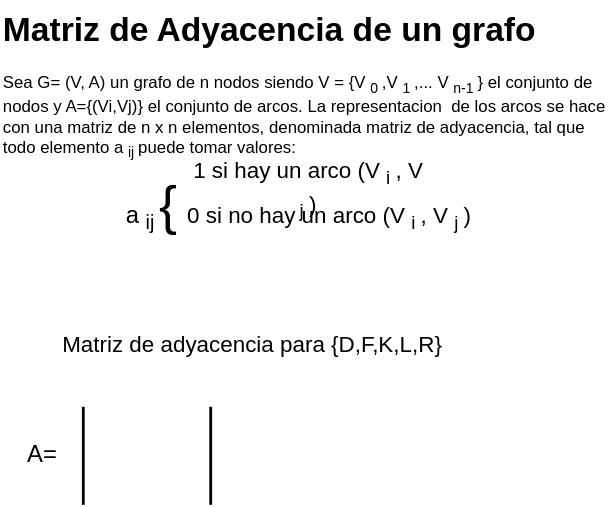
The draw.io diagram Estructura-de-datos/Grafos/Matriz-Adyacencia.drawio.svg in Nordcode-cyber/Algoritmos-Estructdatos, before a commit. Source tidied: cells renumbered, new cells last; positions are measured from the earlier drawing's top-left corner, leaving out a move shared by most shapes. Its diagram source:
```xml
<mxGraphModel>
  <root>
    <mxCell id="0" />
    <mxCell id="1" parent="0" />
    <mxCell id="2" value="&lt;h1 style=&quot;margin-top: 0px;&quot;&gt;&lt;font style=&quot;color: light-dark(rgb(0, 0, 0), rgb(0, 255, 128));&quot;&gt;Matriz de Adyacencia de un grafo&lt;/font&gt;&lt;/h1&gt;&lt;p&gt;&lt;font style=&quot;color: light-dark(rgb(0, 0, 0), rgb(0, 255, 128));&quot;&gt;Sea G= (V, A) un grafo de n nodos siendo V = {V&lt;sub&gt;0&lt;/sub&gt;,V&lt;sub&gt;1&lt;/sub&gt;,... V&lt;sub&gt;n-1&lt;/sub&gt;} el conjunto de nodos y A={(Vi,Vj)} el conjunto de arcos. La representacion&amp;nbsp; de los arcos se hace con una matriz de n x n elementos, denominada matriz de adyacencia, tal que todo elemento a&lt;sub style=&quot;&quot;&gt;ij&lt;/sub&gt; puede tomar valores:&lt;/font&gt;&lt;/p&gt;" style="text;html=1;whiteSpace=wrap;overflow=hidden;rounded=0;" parent="1" vertex="1">
      <mxGeometry width="440" height="120" as="geometry" />
    </mxCell>
    <mxCell id="3" value="&lt;font style=&quot;font-size: 17px; color: light-dark(rgb(0, 0, 0), rgb(255, 0, 0));&quot;&gt;&lt;font style=&quot;&quot;&gt;a&lt;/font&gt;&lt;font style=&quot;&quot;&gt;&lt;sub style=&quot;&quot;&gt;ij&lt;/sub&gt;&lt;/font&gt;&lt;/font&gt;" style="text;html=1;align=center;verticalAlign=middle;whiteSpace=wrap;rounded=0;" parent="1" vertex="1">
      <mxGeometry x="70" y="140" width="60" height="30" as="geometry" />
    </mxCell>
    <mxCell id="4" value="&lt;font style=&quot;font-size: 46px;&quot;&gt;&lt;sup&gt;{&lt;/sup&gt;&lt;/font&gt;" style="text;html=1;align=center;verticalAlign=middle;whiteSpace=wrap;rounded=0;" parent="1" vertex="1">
      <mxGeometry x="90" y="140" width="60" height="30" as="geometry" />
    </mxCell>
    <mxCell id="5" value="&lt;font style=&quot;font-size: 16px; color: light-dark(rgb(0, 0, 0), rgb(255, 0, 0));&quot;&gt;1 si hay un arco (V&lt;sub&gt;i&lt;/sub&gt;, V&lt;font style=&quot;&quot;&gt;&lt;sub&gt;j&lt;/sub&gt;&lt;/font&gt;)&lt;/font&gt;" style="text;html=1;align=center;verticalAlign=middle;whiteSpace=wrap;rounded=0;" parent="1" vertex="1">
      <mxGeometry x="135" y="120" width="170" height="30" as="geometry" />
    </mxCell>
    <mxCell id="6" value="&lt;font style=&quot;font-size: 16px; color: light-dark(rgb(0, 0, 0), rgb(255, 0, 0));&quot;&gt;0 si no hay un arco (V&lt;sub&gt;i&lt;/sub&gt;, V&lt;font style=&quot;&quot;&gt;&lt;sub&gt;j&lt;/sub&gt;&lt;/font&gt;)&lt;/font&gt;" style="text;html=1;align=center;verticalAlign=middle;whiteSpace=wrap;rounded=0;" parent="1" vertex="1">
      <mxGeometry x="130" y="140" width="210" height="30" as="geometry" />
    </mxCell>
    <mxCell id="7" value="&lt;font style=&quot;font-size: 17px;&quot;&gt;A=&lt;/font&gt;" style="text;html=1;align=center;verticalAlign=middle;whiteSpace=wrap;rounded=0;" parent="1" vertex="1">
      <mxGeometry y="310" width="60" height="30" as="geometry" />
    </mxCell>
    <mxCell id="8" style="endArrow=none;html=1;strokeWidth=2;" parent="1" edge="1">
      <mxGeometry relative="1" as="geometry">
        <mxPoint x="59" y="360" as="sourcePoint" />
        <mxPoint x="59" y="290" as="targetPoint" />
      </mxGeometry>
    </mxCell>
    <mxCell id="9" value="&lt;font style=&quot;font-size: 16px; color: light-dark(rgb(0, 0, 0), rgb(0, 255, 128));&quot;&gt;Matriz de adyacencia para {D,F,K,L,R}&amp;nbsp;&lt;/font&gt;" style="text;html=1;align=center;verticalAlign=middle;whiteSpace=wrap;rounded=0;" parent="1" vertex="1">
      <mxGeometry x="40" y="220" width="280" height="50" as="geometry" />
    </mxCell>
    <mxCell id="10" style="endArrow=none;html=1;strokeWidth=2;" parent="1" edge="1">
      <mxGeometry relative="1" as="geometry">
        <mxPoint x="150" y="360" as="sourcePoint" />
        <mxPoint x="150" y="290" as="targetPoint" />
      </mxGeometry>
    </mxCell>
  </root>
</mxGraphModel>
```
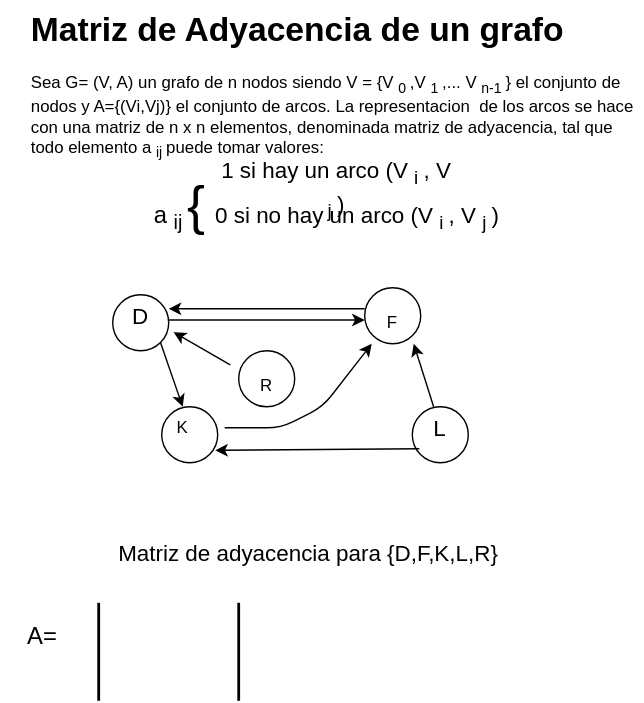
The same diagram one commit later.

What changed in the source:
```diff
@@ -18,22 +18,81 @@
       <mxGeometry x="130" y="140" width="210" height="30" as="geometry" />
     </mxCell>
     <mxCell id="7" value="&lt;font style=&quot;font-size: 17px;&quot;&gt;A=&lt;/font&gt;" style="text;html=1;align=center;verticalAlign=middle;whiteSpace=wrap;rounded=0;" parent="1" vertex="1">
-      <mxGeometry y="310" width="60" height="30" as="geometry" />
+      <mxGeometry x="-20" y="440" width="60" height="30" as="geometry" />
     </mxCell>
     <mxCell id="8" style="endArrow=none;html=1;strokeWidth=2;" parent="1" edge="1">
       <mxGeometry relative="1" as="geometry">
-        <mxPoint x="59" y="360" as="sourcePoint" />
-        <mxPoint x="59" y="290" as="targetPoint" />
+        <mxPoint x="50" y="500" as="sourcePoint" />
+        <mxPoint x="50" y="430" as="targetPoint" />
       </mxGeometry>
     </mxCell>
     <mxCell id="9" value="&lt;font style=&quot;font-size: 16px; color: light-dark(rgb(0, 0, 0), rgb(0, 255, 128));&quot;&gt;Matriz de adyacencia para {D,F,K,L,R}&amp;nbsp;&lt;/font&gt;" style="text;html=1;align=center;verticalAlign=middle;whiteSpace=wrap;rounded=0;" parent="1" vertex="1">
-      <mxGeometry x="40" y="220" width="280" height="50" as="geometry" />
+      <mxGeometry x="60" y="370" width="280" height="50" as="geometry" />
     </mxCell>
     <mxCell id="10" style="endArrow=none;html=1;strokeWidth=2;" parent="1" edge="1">
       <mxGeometry relative="1" as="geometry">
-        <mxPoint x="150" y="360" as="sourcePoint" />
-        <mxPoint x="150" y="290" as="targetPoint" />
+        <mxPoint x="150" y="500" as="sourcePoint" />
+        <mxPoint x="150" y="430" as="targetPoint" />
       </mxGeometry>
     </mxCell>
+    <mxCell id="11" style="ellipse;whiteSpace=wrap;html=1;fillColor=none;" parent="1" vertex="1">
+      <mxGeometry x="60" y="210" width="40" height="40" as="geometry" />
+    </mxCell>
+    <mxCell id="12" style="ellipse;whiteSpace=wrap;html=1;fillColor=none;" parent="1" vertex="1">
+      <mxGeometry x="95" y="290" width="40" height="40" as="geometry" />
+    </mxCell>
+    <mxCell id="13" style="ellipse;whiteSpace=wrap;html=1;fillColor=none;" parent="1" vertex="1">
+      <mxGeometry x="240" y="205" width="40" height="40" as="geometry" />
+    </mxCell>
+    <mxCell id="14" style="ellipse;whiteSpace=wrap;html=1;fillColor=none;" parent="1" vertex="1">
+      <mxGeometry x="274" y="290" width="40" height="40" as="geometry" />
+    </mxCell>
+    <mxCell id="15" style="ellipse;whiteSpace=wrap;html=1;fillColor=none;" parent="1" vertex="1">
+      <mxGeometry x="150" y="250" width="40" height="40" as="geometry" />
+    </mxCell>
+    <mxCell id="16" style="edgeStyle=none;html=1;entryX=0.5;entryY=0;entryDx=0;entryDy=0;exitX=1;exitY=1;exitDx=0;exitDy=0;" parent="1" edge="1" source="11" target="19">
+      <mxGeometry relative="1" as="geometry" />
+    </mxCell>
+    <mxCell id="17" value="&lt;font style=&quot;font-size: 16px; color: light-dark(rgb(0, 0, 0), rgb(255, 51, 51));&quot;&gt;D&lt;/font&gt;" style="text;html=1;align=center;verticalAlign=middle;whiteSpace=wrap;rounded=0;" parent="1" vertex="1">
+      <mxGeometry x="50" y="210" width="60" height="30" as="geometry" />
+    </mxCell>
+    <mxCell id="18" style="edgeStyle=none;html=1;entryX=0.25;entryY=1;entryDx=0;entryDy=0;" parent="1" edge="1" source="19" target="22">
+      <mxGeometry relative="1" as="geometry">
+        <Array as="points">
+          <mxPoint x="180" y="305" />
+          <mxPoint x="210" y="290" />
+        </Array>
+      </mxGeometry>
+    </mxCell>
+    <mxCell id="19" value="&lt;font style=&quot;color: light-dark(rgb(0, 0, 0), rgb(255, 51, 51));&quot;&gt;K&lt;/font&gt;" style="text;html=1;align=center;verticalAlign=middle;whiteSpace=wrap;rounded=0;" parent="1" vertex="1">
+      <mxGeometry x="80" y="290" width="60" height="30" as="geometry" />
+    </mxCell>
+    <mxCell id="20" value="&lt;font style=&quot;color: light-dark(rgb(0, 0, 0), rgb(255, 51, 51));&quot;&gt;R&lt;/font&gt;" style="text;html=1;align=center;verticalAlign=middle;whiteSpace=wrap;rounded=0;" parent="1" vertex="1">
+      <mxGeometry x="140" y="260" width="60" height="30" as="geometry" />
+    </mxCell>
+    <mxCell id="21" style="edgeStyle=none;html=1;entryX=0.833;entryY=0.333;entryDx=0;entryDy=0;entryPerimeter=0;exitX=0;exitY=0.375;exitDx=0;exitDy=0;exitPerimeter=0;" parent="1" edge="1" source="13" target="17">
+      <mxGeometry relative="1" as="geometry" />
+    </mxCell>
+    <mxCell id="22" value="&lt;font style=&quot;color: light-dark(rgb(0, 0, 0), rgb(255, 51, 51));&quot;&gt;F&lt;/font&gt;" style="text;html=1;align=center;verticalAlign=middle;whiteSpace=wrap;rounded=0;" parent="1" vertex="1">
+      <mxGeometry x="230" y="215" width="60" height="30" as="geometry" />
+    </mxCell>
+    <mxCell id="23" style="edgeStyle=none;html=1;entryX=0.75;entryY=1;entryDx=0;entryDy=0;" parent="1" edge="1" source="25" target="22">
+      <mxGeometry relative="1" as="geometry" />
+    </mxCell>
+    <mxCell id="24" style="edgeStyle=none;html=1;entryX=0.887;entryY=1.037;entryDx=0;entryDy=0;exitX=0.25;exitY=1;exitDx=0;exitDy=0;entryPerimeter=0;" parent="1" edge="1" source="25" target="19">
+      <mxGeometry relative="1" as="geometry" />
+    </mxCell>
+    <mxCell id="25" value="&lt;font style=&quot;font-size: 16px; color: light-dark(rgb(0, 0, 0), rgb(255, 51, 51));&quot;&gt;L&lt;/font&gt;" style="text;html=1;align=center;verticalAlign=middle;whiteSpace=wrap;rounded=0;" parent="1" vertex="1">
+      <mxGeometry x="264" y="290" width="60" height="30" as="geometry" />
+    </mxCell>
+    <mxCell id="26" style="edgeStyle=none;html=1;entryX=0.891;entryY=0.888;entryDx=0;entryDy=0;entryPerimeter=0;" parent="1" edge="1" source="20" target="17">
+      <mxGeometry relative="1" as="geometry" />
+    </mxCell>
+    <mxCell id="27" style="edgeStyle=none;html=1;" parent="1" edge="1">
+      <mxGeometry relative="1" as="geometry">
+        <mxPoint x="100" y="228" as="sourcePoint" />
+        <mxPoint x="240" y="228" as="targetPoint" />
+      </mxGeometry>
+    </mxCell>
   </root>
 </mxGraphModel>
```
